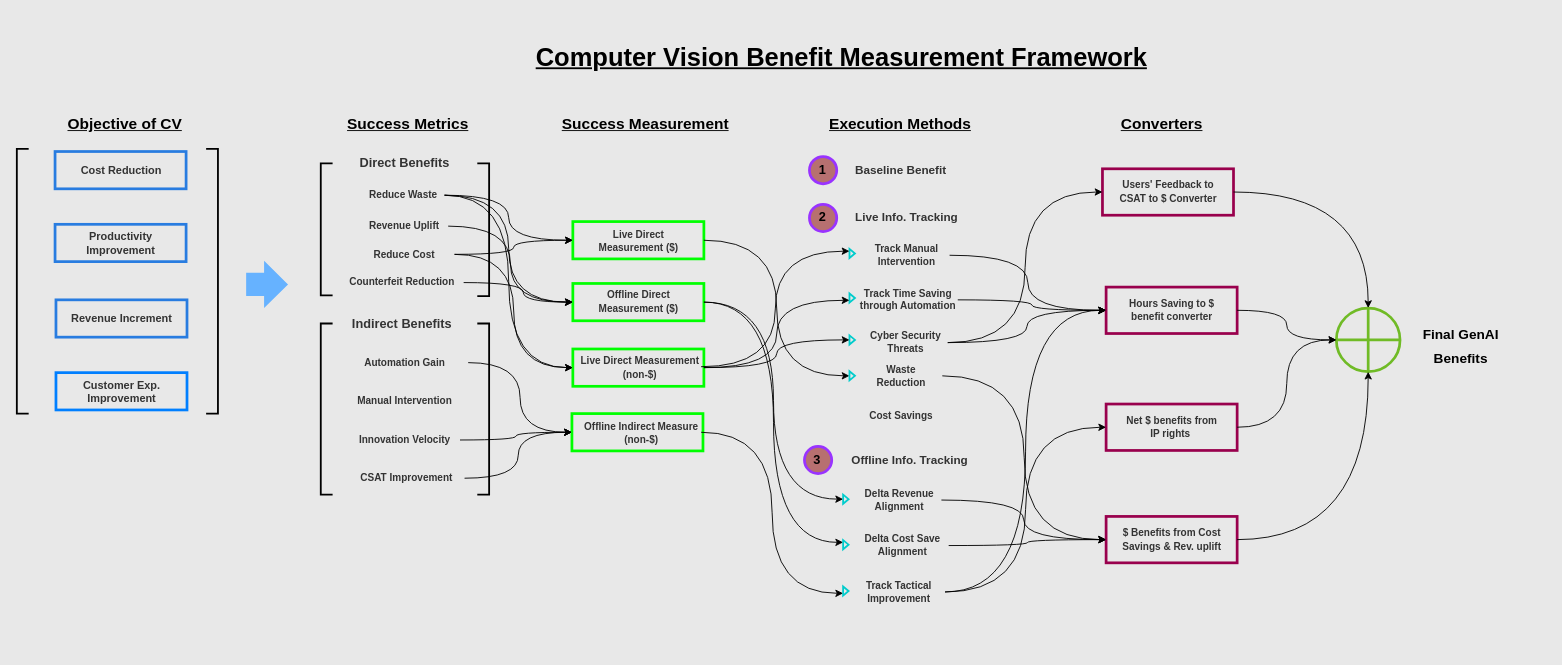
Earlier version of the draw.io diagram CV Benefit Framework.drawio (tuhinkm/Documents). Source tidied: cells renumbered, new cells numbered last; positions are measured from the earlier drawing's top-left corner, leaving out a move shared by most shapes. Both pictures are drawn from the tidied source at 91%, with x=0, y=0 at pixel (16, 41).
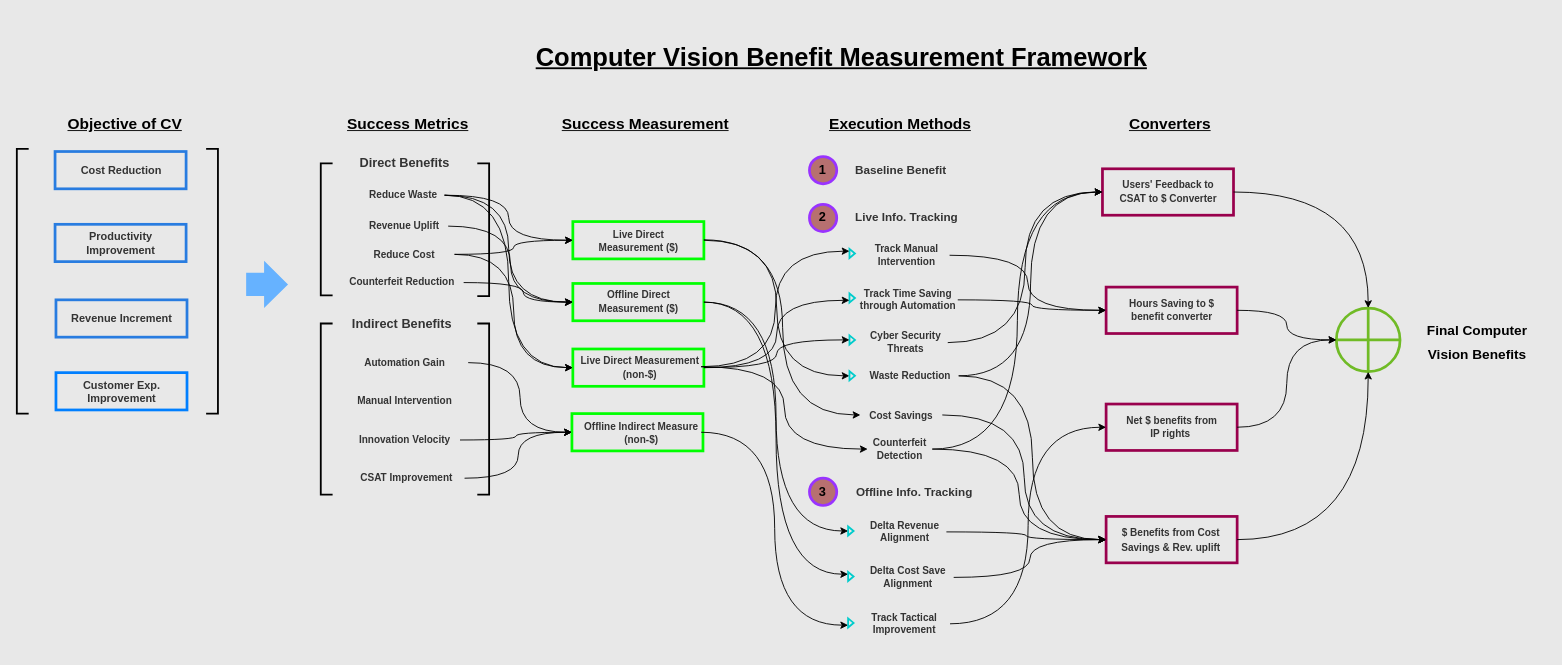
The same page after the edit.

Unchanged cells that the change refers to:
```xml
<mxCell id="41" value="&lt;h4&gt;&lt;font style=&quot;color: rgb(51, 51, 51); font-size: 11px;&quot;&gt;&lt;b&gt;Live Direct Measurement (non-$)&lt;/b&gt;&lt;/font&gt;&lt;/h4&gt;" style="text;html=1;align=center;verticalAlign=middle;whiteSpace=wrap;rounded=0;" parent="40" vertex="1">
  <mxGeometry x="11.2" y="5.5" width="133.7" height="30" as="geometry" />
</mxCell>
<mxCell id="64" value="&lt;h5&gt;&lt;font style=&quot;color: rgb(51, 51, 51); font-size: 11px;&quot;&gt;&lt;b style=&quot;&quot;&gt;Cyber Security Threats&lt;/b&gt;&lt;/font&gt;&lt;/h5&gt;" style="text;html=1;align=center;verticalAlign=middle;whiteSpace=wrap;rounded=0;fontSize=11;" parent="1" vertex="1">
  <mxGeometry x="931" y="319" width="92" height="24" as="geometry" />
</mxCell>
<mxCell id="84" style="rounded=0;whiteSpace=wrap;html=1;fillColor=none;strokeColor=light-dark(#99004d, #008F00);strokeWidth=3;" parent="1" vertex="1">
  <mxGeometry x="1193" y="140" width="144" height="51" as="geometry" />
</mxCell>
<mxCell id="87" style="rounded=0;whiteSpace=wrap;html=1;fillColor=none;strokeColor=light-dark(#99004D,#008F00);strokeWidth=3;" parent="1" vertex="1">
  <mxGeometry x="1197" y="270" width="144" height="51" as="geometry" />
</mxCell>
<mxCell id="93" style="rounded=0;whiteSpace=wrap;html=1;fillColor=none;strokeColor=light-dark(#99004D,#008F00);strokeWidth=3;" parent="1" vertex="1">
  <mxGeometry x="1197" y="522" width="144" height="51" as="geometry" />
</mxCell>
<mxCell id="94" style="group;" parent="1" vertex="1">
  <mxGeometry x="1197" y="522" width="144" height="51" as="geometry" />
</mxCell>
<mxCell id="116" value="&lt;h5&gt;&lt;font style=&quot;color: rgb(51, 51, 51); font-size: 11px;&quot;&gt;&lt;b style=&quot;&quot;&gt;Cost Savings&lt;/b&gt;&lt;/font&gt;&lt;/h5&gt;" style="text;html=1;align=center;verticalAlign=middle;whiteSpace=wrap;rounded=0;fontSize=11;" parent="1" vertex="1">
  <mxGeometry x="927" y="398.5" width="90" height="24" as="geometry" />
</mxCell>
```

The edit, as a diff of the source:
```diff
@@
     <mxCell id="65" value="&lt;h3&gt;&lt;font style=&quot;color: rgb(51, 51, 51);&quot;&gt;&lt;b&gt;Offline Info. Tracking&lt;/b&gt;&lt;/font&gt;&lt;/h3&gt;" style="text;html=1;align=center;verticalAlign=middle;whiteSpace=wrap;rounded=0;fontSize=11;" parent="1" vertex="1">
-      <mxGeometry x="904.5" y="445" width="152.5" height="30" as="geometry" />
+      <mxGeometry x="910" y="480" width="152.5" height="30" as="geometry" />
     </mxCell>
     <mxCell id="66" style="strokeWidth=3;html=1;shape=mxgraph.flowchart.start_2;whiteSpace=wrap;strokeColor=light-dark(#9933FF,#EDEDED);fillColor=light-dark(#b77070, #ededed);" parent="1" vertex="1">
-      <mxGeometry x="865.5" y="445" width="30" height="30" as="geometry" />
+      <mxGeometry x="871" y="480" width="30" height="30" as="geometry" />
     </mxCell>
     <mxCell id="67" value="&lt;h2&gt;&lt;font style=&quot;font-size: 14px;&quot;&gt;3&lt;/font&gt;&lt;/h2&gt;" style="text;html=1;align=center;verticalAlign=middle;whiteSpace=wrap;rounded=0;" parent="1" vertex="1">
-      <mxGeometry x="869" y="448.5" width="21" height="21" as="geometry" />
+      <mxGeometry x="874.5" y="483.5" width="21" height="21" as="geometry" />
     </mxCell>
     <mxCell id="68" style="triangle;whiteSpace=wrap;html=1;strokeWidth=2;strokeColor=#00CCCC;fillColor=none;" parent="1" vertex="1">
-      <mxGeometry x="908" y="498" width="6" height="10" as="geometry" />
+      <mxGeometry x="913.5" y="533" width="6" height="10" as="geometry" />
     </mxCell>
     <mxCell id="69" value="&lt;h5&gt;&lt;font style=&quot;color: rgb(51, 51, 51); font-size: 11px;&quot;&gt;&lt;b style=&quot;&quot;&gt;Delta Revenue Alignment&lt;/b&gt;&lt;/font&gt;&lt;/h5&gt;" style="text;html=1;align=center;verticalAlign=middle;whiteSpace=wrap;rounded=0;fontSize=11;" parent="1" vertex="1">
-      <mxGeometry x="924" y="492" width="92" height="24" as="geometry" />
+      <mxGeometry x="929.5" y="527" width="92" height="24" as="geometry" />
     </mxCell>
     <mxCell id="70" style="triangle;whiteSpace=wrap;html=1;strokeWidth=2;strokeColor=#00CCCC;fillColor=none;" parent="1" vertex="1">
-      <mxGeometry x="908" y="548" width="6" height="10" as="geometry" />
+      <mxGeometry x="913.5" y="583" width="6" height="10" as="geometry" />
     </mxCell>
     <mxCell id="71" value="&lt;h5&gt;&lt;font style=&quot;color: rgb(51, 51, 51); font-size: 11px;&quot;&gt;&lt;b style=&quot;&quot;&gt;Delta Cost Save Alignment&lt;/b&gt;&lt;/font&gt;&lt;/h5&gt;" style="text;html=1;align=center;verticalAlign=middle;whiteSpace=wrap;rounded=0;fontSize=11;" parent="1" vertex="1">
-      <mxGeometry x="923" y="542" width="101" height="24" as="geometry" />
+      <mxGeometry x="928.5" y="577" width="101" height="24" as="geometry" />
     </mxCell>
     <mxCell id="72" value="&lt;b&gt;Converters&lt;/b&gt;" style="text;html=1;align=center;verticalAlign=middle;whiteSpace=wrap;rounded=0;fontSize=17;fontStyle=4;" parent="1" vertex="1">
-      <mxGeometry x="1166" y="77" width="185" height="30" as="geometry" />
+      <mxGeometry x="1175" y="77" width="185" height="30" as="geometry" />
     </mxCell>
@@
     <mxCell id="75" value="&lt;h5&gt;&lt;font style=&quot;color: rgb(51, 51, 51); font-size: 11px;&quot;&gt;&lt;b style=&quot;&quot;&gt;Waste Reduction&lt;/b&gt;&lt;/font&gt;&lt;/h5&gt;" style="text;html=1;align=center;verticalAlign=middle;whiteSpace=wrap;rounded=0;fontSize=11;" parent="1" vertex="1">
-      <mxGeometry x="927" y="355.5" width="90" height="24" as="geometry" />
+      <mxGeometry x="929" y="355.5" width="106" height="24" as="geometry" />
     </mxCell>
@@
     <mxCell id="81" style="triangle;whiteSpace=wrap;html=1;strokeWidth=2;strokeColor=#00CCCC;fillColor=none;" parent="1" vertex="1">
-      <mxGeometry x="908" y="599" width="6" height="10" as="geometry" />
+      <mxGeometry x="913.5" y="634" width="6" height="10" as="geometry" />
     </mxCell>
     <mxCell id="82" value="&lt;h5&gt;&lt;font style=&quot;color: rgb(51, 51, 51); font-size: 11px;&quot;&gt;&lt;b style=&quot;&quot;&gt;Track Tactical Improvement&lt;/b&gt;&lt;/font&gt;&lt;/h5&gt;" style="text;html=1;align=center;verticalAlign=middle;whiteSpace=wrap;rounded=0;fontSize=11;" parent="1" vertex="1">
-      <mxGeometry x="919" y="593" width="101" height="24" as="geometry" />
+      <mxGeometry x="924.5" y="628" width="101" height="24" as="geometry" />
     </mxCell>
@@
-    <mxCell id="95" value="&lt;font color=&quot;#333333&quot;&gt;&lt;span style=&quot;font-size: 11px;&quot;&gt;&lt;b&gt;$ Benefits from Cost Savings &amp;amp; Rev. uplift&lt;/b&gt;&lt;/span&gt;&lt;/font&gt;" style="text;html=1;align=center;verticalAlign=middle;whiteSpace=wrap;rounded=0;" parent="94" vertex="1">
-      <mxGeometry x="15.5" y="6.8" width="113" height="37.3" as="geometry" />
+    <mxCell id="95" value="&lt;h3&gt;&lt;font color=&quot;#333333&quot;&gt;&lt;span style=&quot;font-size: 11px;&quot;&gt;&lt;b&gt;$ Benefits from Cost Savings &amp;amp; Rev. uplift&lt;/b&gt;&lt;/span&gt;&lt;/font&gt;&lt;/h3&gt;" style="text;html=1;align=center;verticalAlign=middle;whiteSpace=wrap;rounded=0;" parent="94" vertex="1">
+      <mxGeometry x="6" y="6.8" width="131" height="37.3" as="geometry" />
     </mxCell>
@@
-    <mxCell id="101" value="&lt;h2&gt;&lt;b&gt;&lt;font style=&quot;font-size: 15px;&quot;&gt;Final GenAI Benefits&lt;/font&gt;&lt;/b&gt;&lt;/h2&gt;" style="text;html=1;align=center;verticalAlign=middle;whiteSpace=wrap;rounded=0;fontSize=14;" parent="1" vertex="1">
-      <mxGeometry x="1528" y="318" width="118" height="30" as="geometry" />
+    <mxCell id="101" value="&lt;h2&gt;&lt;b&gt;&lt;font style=&quot;font-size: 15px;&quot;&gt;Final Computer Vision Benefits&lt;/font&gt;&lt;/b&gt;&lt;/h2&gt;" style="text;html=1;align=center;verticalAlign=middle;whiteSpace=wrap;rounded=0;fontSize=14;" parent="1" vertex="1">
+      <mxGeometry x="1528" y="303.5" width="154" height="49" as="geometry" />
     </mxCell>
@@
-    <mxCell id="105" style="edgeStyle=orthogonalEdgeStyle;curved=1;rounded=0;jettySize=auto;html=1;exitX=1;exitY=0.5;exitDx=0;exitDy=0;entryX=0;entryY=0.5;entryDx=0;entryDy=0;" parent="1" edge="1" source="64" target="87">
-      <mxGeometry relative="1" as="geometry" />
-    </mxCell>
@@
-    <mxCell id="109" style="edgeStyle=orthogonalEdgeStyle;curved=1;rounded=0;jettySize=auto;html=1;exitX=1;exitY=0.5;exitDx=0;exitDy=0;entryX=0;entryY=0.5;entryDx=0;entryDy=0;" parent="1" edge="1" source="82" target="87">
+    <mxCell id="109" style="edgeStyle=orthogonalEdgeStyle;curved=1;rounded=0;jettySize=auto;html=1;exitX=1;exitY=0.5;exitDx=0;exitDy=0;entryX=0;entryY=0.5;entryDx=0;entryDy=0;" parent="1" edge="1" source="75" target="84">
       <mxGeometry relative="1" as="geometry" />
     </mxCell>
@@
+    <mxCell id="117" style="edgeStyle=orthogonalEdgeStyle;curved=1;rounded=0;jettySize=auto;html=1;entryX=0;entryY=0.5;entryDx=0;entryDy=0;" parent="1" edge="1" target="116">
+      <mxGeometry relative="1" as="geometry">
+        <mxPoint x="755" y="218" as="sourcePoint" />
+      </mxGeometry>
+    </mxCell>
+    <mxCell id="118" value="&lt;h5&gt;&lt;font style=&quot;color: rgb(51, 51, 51); font-size: 11px;&quot;&gt;&lt;b style=&quot;&quot;&gt;Counterfeit Detection&lt;/b&gt;&lt;/font&gt;&lt;/h5&gt;" style="text;html=1;align=center;verticalAlign=middle;whiteSpace=wrap;rounded=0;fontSize=11;" parent="1" vertex="1">
+      <mxGeometry x="935" y="436" width="71" height="24" as="geometry" />
+    </mxCell>
+    <mxCell id="119" style="edgeStyle=orthogonalEdgeStyle;curved=1;rounded=0;jettySize=auto;html=1;entryX=0;entryY=0.5;entryDx=0;entryDy=0;exitX=1;exitY=0.5;exitDx=0;exitDy=0;" parent="1" edge="1" source="41" target="118">
+      <mxGeometry relative="1" as="geometry" />
+    </mxCell>
+    <mxCell id="120" style="edgeStyle=orthogonalEdgeStyle;curved=1;rounded=0;jettySize=auto;html=1;exitX=1;exitY=0.5;exitDx=0;exitDy=0;entryX=0;entryY=0.5;entryDx=0;entryDy=0;" parent="1" edge="1" source="116" target="93">
+      <mxGeometry relative="1" as="geometry" />
+    </mxCell>
+    <mxCell id="121" style="edgeStyle=orthogonalEdgeStyle;curved=1;rounded=0;jettySize=auto;html=1;exitX=1;exitY=0.5;exitDx=0;exitDy=0;entryX=0;entryY=0.5;entryDx=0;entryDy=0;" parent="1" edge="1" source="118" target="93">
+      <mxGeometry relative="1" as="geometry" />
+    </mxCell>
+    <mxCell id="122" style="edgeStyle=orthogonalEdgeStyle;curved=1;rounded=0;jettySize=auto;html=1;exitX=1;exitY=0.5;exitDx=0;exitDy=0;entryX=0;entryY=0.5;entryDx=0;entryDy=0;" parent="1" edge="1" source="118" target="84">
+      <mxGeometry relative="1" as="geometry" />
+    </mxCell>
```
